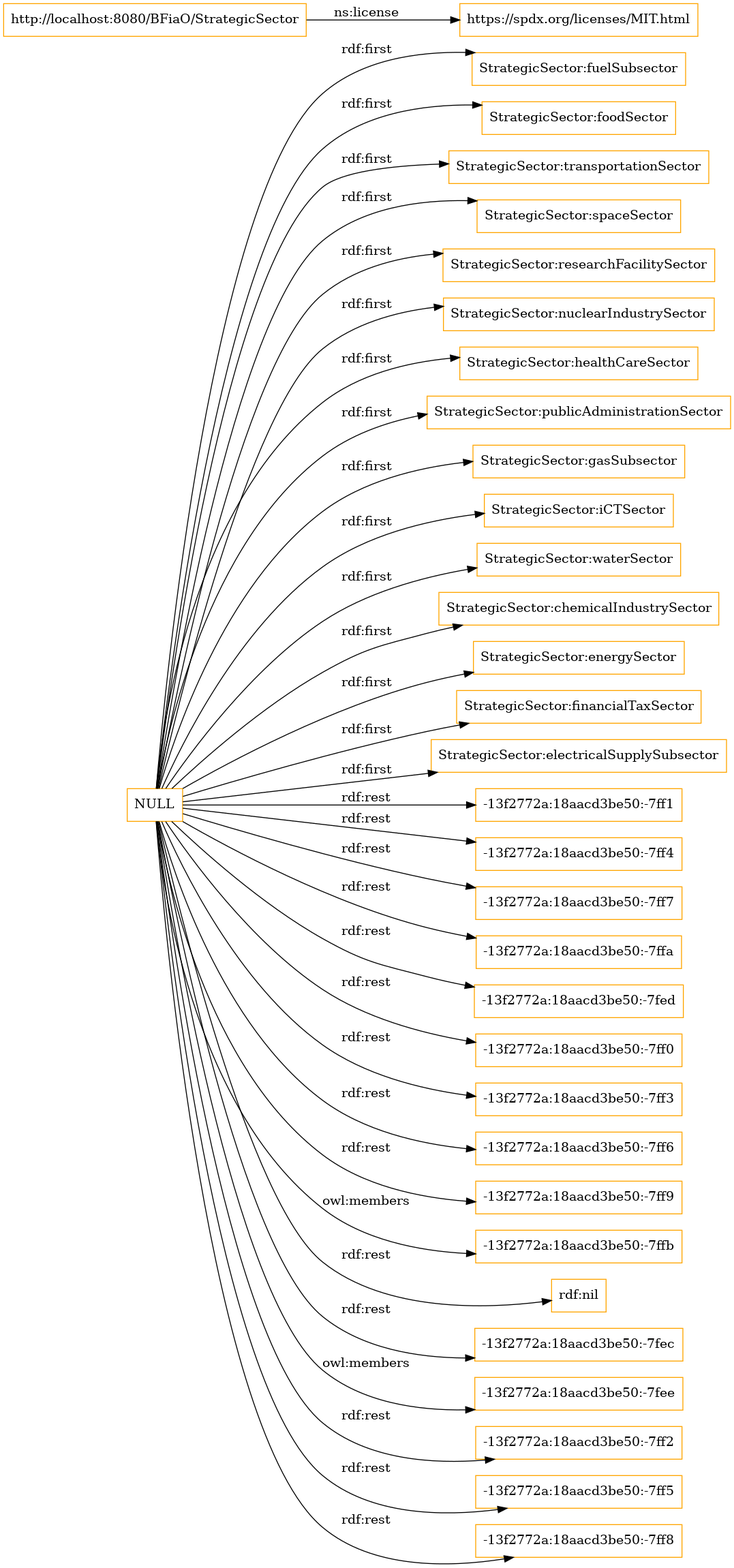
This is OnToology/StrategicSector.owl/diagrams/ar2dtool-class/StrategicSector.owl.png from ahmad88me/bfiao, a Graphviz export, as it was before one commit. Its source is kept beside it as OnToology/StrategicSector.owl/diagrams/ar2dtool-class/StrategicSector.owl.png.dot.
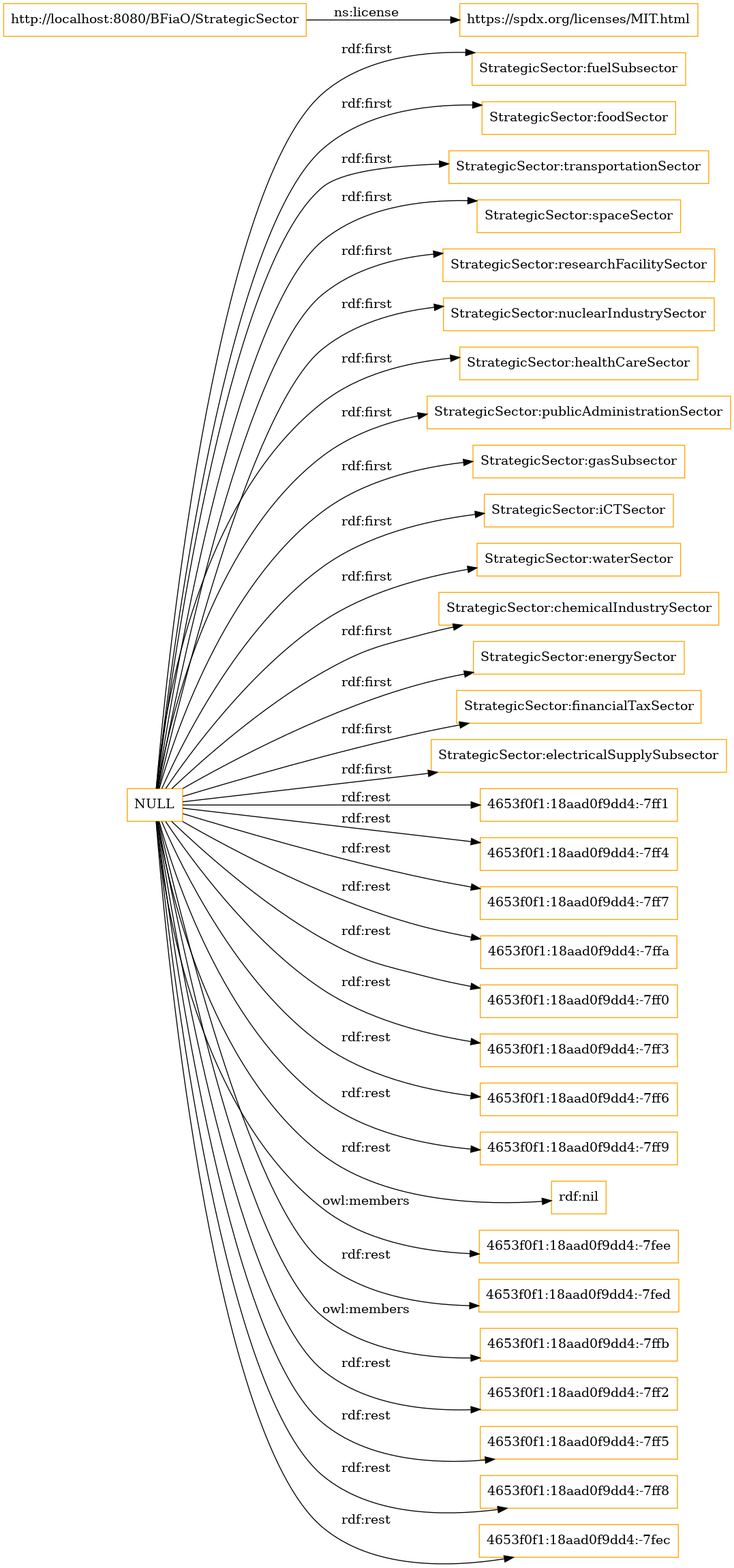
After the commit.

Change to the diagram source:
```diff
@@ -5,33 +5,33 @@
 	"http://localhost:8080/BFiaO/StrategicSector" -> "https://spdx.org/licenses/MIT.html" [ label = "ns:license" ];
 	"NULL" -> "StrategicSector:gasSubsector" [ label = "rdf:first" ];
 	"NULL" -> "StrategicSector:healthCareSector" [ label = "rdf:first" ];
-	"NULL" -> "-13f2772a:18aacd3be50:-7ff1" [ label = "rdf:rest" ];
-	"NULL" -> "-13f2772a:18aacd3be50:-7ff4" [ label = "rdf:rest" ];
-	"NULL" -> "-13f2772a:18aacd3be50:-7ff7" [ label = "rdf:rest" ];
+	"NULL" -> "4653f0f1:18aad0f9dd4:-7ff1" [ label = "rdf:rest" ];
+	"NULL" -> "4653f0f1:18aad0f9dd4:-7ff4" [ label = "rdf:rest" ];
+	"NULL" -> "4653f0f1:18aad0f9dd4:-7ff7" [ label = "rdf:rest" ];
 	"NULL" -> "StrategicSector:foodSector" [ label = "rdf:first" ];
-	"NULL" -> "-13f2772a:18aacd3be50:-7ffa" [ label = "rdf:rest" ];
 	"NULL" -> "StrategicSector:waterSector" [ label = "rdf:first" ];
 	"NULL" -> "StrategicSector:nuclearIndustrySector" [ label = "rdf:first" ];
 	"NULL" -> "StrategicSector:spaceSector" [ label = "rdf:first" ];
-	"NULL" -> "-13f2772a:18aacd3be50:-7fed" [ label = "rdf:rest" ];
-	"NULL" -> "-13f2772a:18aacd3be50:-7ff0" [ label = "rdf:rest" ];
-	"NULL" -> "-13f2772a:18aacd3be50:-7ff3" [ label = "rdf:rest" ];
-	"NULL" -> "-13f2772a:18aacd3be50:-7ff6" [ label = "rdf:rest" ];
-	"NULL" -> "-13f2772a:18aacd3be50:-7ff9" [ label = "rdf:rest" ];
-	"NULL" -> "-13f2772a:18aacd3be50:-7ffb" [ label = "owl:members" ];
+	"NULL" -> "4653f0f1:18aad0f9dd4:-7ffa" [ label = "rdf:rest" ];
+	"NULL" -> "4653f0f1:18aad0f9dd4:-7ff0" [ label = "rdf:rest" ];
+	"NULL" -> "4653f0f1:18aad0f9dd4:-7ff3" [ label = "rdf:rest" ];
+	"NULL" -> "4653f0f1:18aad0f9dd4:-7ff6" [ label = "rdf:rest" ];
+	"NULL" -> "4653f0f1:18aad0f9dd4:-7ff9" [ label = "rdf:rest" ];
 	"NULL" -> "StrategicSector:chemicalIndustrySector" [ label = "rdf:first" ];
 	"NULL" -> "rdf:nil" [ label = "rdf:rest" ];
-	"NULL" -> "-13f2772a:18aacd3be50:-7fec" [ label = "rdf:rest" ];
+	"NULL" -> "4653f0f1:18aad0f9dd4:-7fee" [ label = "owl:members" ];
+	"NULL" -> "4653f0f1:18aad0f9dd4:-7fed" [ label = "rdf:rest" ];
+	"NULL" -> "4653f0f1:18aad0f9dd4:-7ffb" [ label = "owl:members" ];
 	"NULL" -> "StrategicSector:fuelSubsector" [ label = "rdf:first" ];
-	"NULL" -> "-13f2772a:18aacd3be50:-7fee" [ label = "owl:members" ];
 	"NULL" -> "StrategicSector:energySector" [ label = "rdf:first" ];
-	"NULL" -> "-13f2772a:18aacd3be50:-7ff2" [ label = "rdf:rest" ];
-	"NULL" -> "-13f2772a:18aacd3be50:-7ff5" [ label = "rdf:rest" ];
-	"NULL" -> "-13f2772a:18aacd3be50:-7ff8" [ label = "rdf:rest" ];
+	"NULL" -> "4653f0f1:18aad0f9dd4:-7ff2" [ label = "rdf:rest" ];
+	"NULL" -> "4653f0f1:18aad0f9dd4:-7ff5" [ label = "rdf:rest" ];
+	"NULL" -> "4653f0f1:18aad0f9dd4:-7ff8" [ label = "rdf:rest" ];
 	"NULL" -> "StrategicSector:transportationSector" [ label = "rdf:first" ];
 	"NULL" -> "StrategicSector:researchFacilitySector" [ label = "rdf:first" ];
+	"NULL" -> "StrategicSector:iCTSector" [ label = "rdf:first" ];
+	"NULL" -> "4653f0f1:18aad0f9dd4:-7fec" [ label = "rdf:rest" ];
 	"NULL" -> "StrategicSector:financialTaxSector" [ label = "rdf:first" ];
-	"NULL" -> "StrategicSector:iCTSector" [ label = "rdf:first" ];
 	"NULL" -> "StrategicSector:publicAdministrationSector" [ label = "rdf:first" ];
 	"NULL" -> "StrategicSector:electricalSupplySubsector" [ label = "rdf:first" ];
 
```
